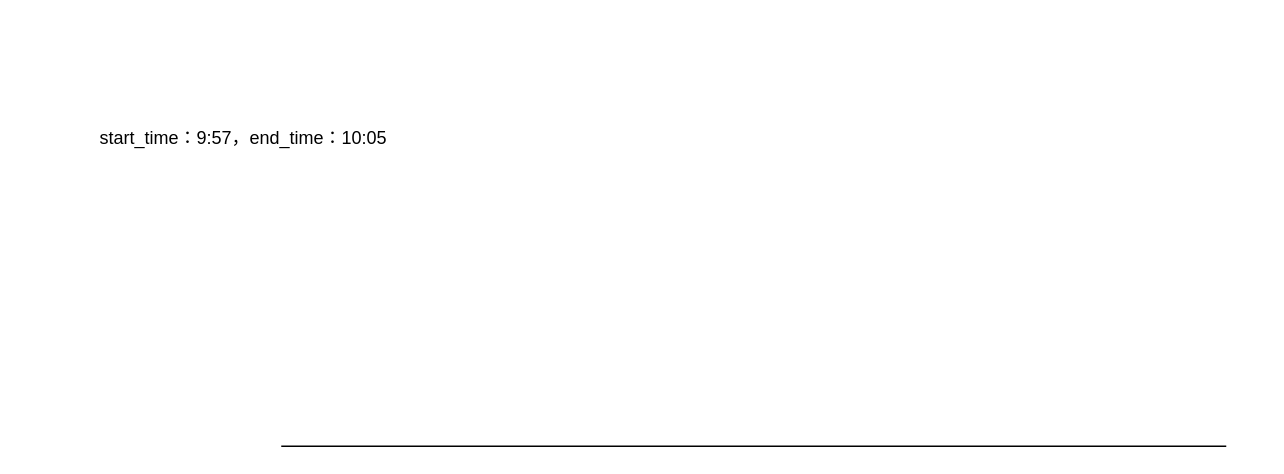
KeatonLi/pictures keeps this draw.io diagram as draw.io/flink 迟到数据处理问题.drawio. Above is the earlier version. Source tidied: cells renumbered, new cells numbered last; positions are measured from the earlier drawing's top-left corner, leaving out a move shared by most shapes. Both pictures are drawn from the tidied source at 150%, with x=0, y=0 at pixel (26, 116).
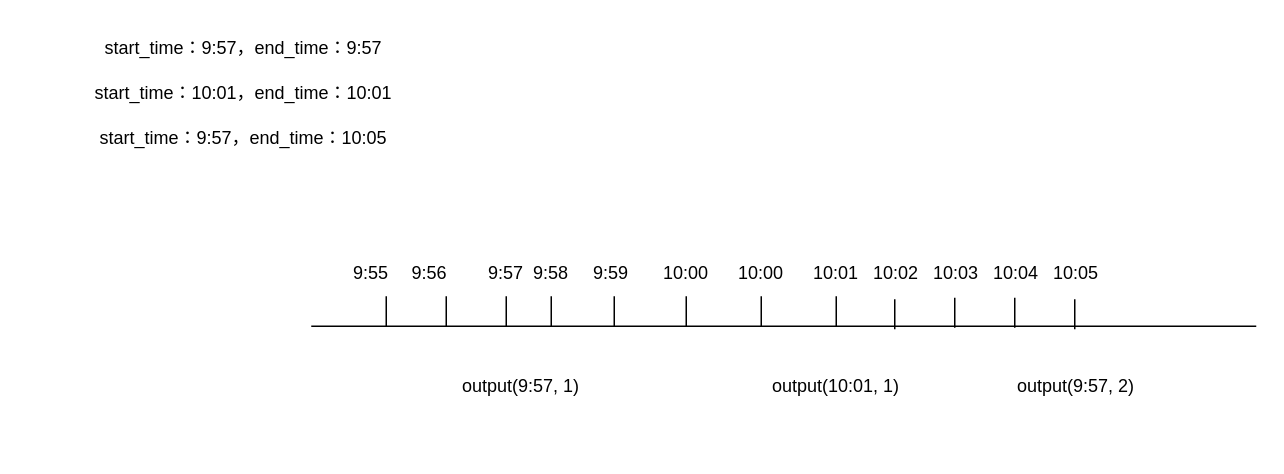
The same page after the edit.

Commit message (it also covers changes not shown here):
更新flink 迟到数据处理问题.drawio

Change to the diagram source:
```diff
@@
     <mxCell id="3" style="endArrow=none;html=1;rounded=0;" parent="1" edge="1">
       <mxGeometry relative="1" as="geometry">
-        <mxPoint x="170" y="220" as="sourcePoint" />
-        <mxPoint x="800" y="220" as="targetPoint" />
+        <mxPoint x="190" y="140" as="sourcePoint" />
+        <mxPoint x="820" y="140" as="targetPoint" />
       </mxGeometry>
     </mxCell>
+    <mxCell id="4" style="endArrow=none;html=1;rounded=0;" parent="1" edge="1">
+      <mxGeometry relative="1" as="geometry">
+        <mxPoint x="240" y="140" as="sourcePoint" />
+        <mxPoint x="240" y="120" as="targetPoint" />
+      </mxGeometry>
+    </mxCell>
+    <mxCell id="5" value="9:55" style="text;html=1;align=center;verticalAlign=middle;whiteSpace=wrap;rounded=0;" parent="1" vertex="1">
+      <mxGeometry x="200" y="90" width="60" height="30" as="geometry" />
+    </mxCell>
+    <mxCell id="6" style="endArrow=none;html=1;rounded=0;" parent="1" edge="1">
+      <mxGeometry relative="1" as="geometry">
+        <mxPoint x="280" y="140" as="sourcePoint" />
+        <mxPoint x="280" y="120" as="targetPoint" />
+      </mxGeometry>
+    </mxCell>
+    <mxCell id="7" style="endArrow=none;html=1;rounded=0;" parent="1" edge="1">
+      <mxGeometry relative="1" as="geometry">
+        <mxPoint x="320" y="140" as="sourcePoint" />
+        <mxPoint x="320" y="120" as="targetPoint" />
+      </mxGeometry>
+    </mxCell>
+    <mxCell id="8" style="endArrow=none;html=1;rounded=0;" parent="1" edge="1">
+      <mxGeometry relative="1" as="geometry">
+        <mxPoint x="350" y="140" as="sourcePoint" />
+        <mxPoint x="350" y="120" as="targetPoint" />
+      </mxGeometry>
+    </mxCell>
+    <mxCell id="9" style="endArrow=none;html=1;rounded=0;" parent="1" edge="1">
+      <mxGeometry relative="1" as="geometry">
+        <mxPoint x="392" y="140" as="sourcePoint" />
+        <mxPoint x="392" y="120" as="targetPoint" />
+      </mxGeometry>
+    </mxCell>
+    <mxCell id="10" style="endArrow=none;html=1;rounded=0;" parent="1" edge="1">
+      <mxGeometry relative="1" as="geometry">
+        <mxPoint x="440" y="140" as="sourcePoint" />
+        <mxPoint x="440" y="120" as="targetPoint" />
+      </mxGeometry>
+    </mxCell>
+    <mxCell id="11" style="endArrow=none;html=1;rounded=0;" parent="1" edge="1">
+      <mxGeometry relative="1" as="geometry">
+        <mxPoint x="490" y="140" as="sourcePoint" />
+        <mxPoint x="490" y="120" as="targetPoint" />
+      </mxGeometry>
+    </mxCell>
+    <mxCell id="12" style="endArrow=none;html=1;rounded=0;" parent="1" edge="1">
+      <mxGeometry relative="1" as="geometry">
+        <mxPoint x="540" y="140" as="sourcePoint" />
+        <mxPoint x="540" y="120" as="targetPoint" />
+      </mxGeometry>
+    </mxCell>
+    <mxCell id="13" value="9:56" style="text;html=1;align=center;verticalAlign=middle;whiteSpace=wrap;rounded=0;" parent="1" vertex="1">
+      <mxGeometry x="239" y="90" width="60" height="30" as="geometry" />
+    </mxCell>
+    <mxCell id="14" value="9:57" style="text;html=1;align=center;verticalAlign=middle;whiteSpace=wrap;rounded=0;" parent="1" vertex="1">
+      <mxGeometry x="290" y="90" width="60" height="30" as="geometry" />
+    </mxCell>
+    <mxCell id="15" value="9:58" style="text;html=1;align=center;verticalAlign=middle;whiteSpace=wrap;rounded=0;" parent="1" vertex="1">
+      <mxGeometry x="320" y="90" width="60" height="30" as="geometry" />
+    </mxCell>
+    <mxCell id="16" value="9:59" style="text;html=1;align=center;verticalAlign=middle;whiteSpace=wrap;rounded=0;" parent="1" vertex="1">
+      <mxGeometry x="360" y="90" width="60" height="30" as="geometry" />
+    </mxCell>
+    <mxCell id="17" value="10:00" style="text;html=1;align=center;verticalAlign=middle;whiteSpace=wrap;rounded=0;" parent="1" vertex="1">
+      <mxGeometry x="410" y="90" width="60" height="30" as="geometry" />
+    </mxCell>
+    <mxCell id="18" value="start_time：9:57，end_time：9:57" style="text;html=1;align=center;verticalAlign=middle;whiteSpace=wrap;rounded=0;" parent="1" vertex="1">
+      <mxGeometry y="-60" width="290" height="30" as="geometry" />
+    </mxCell>
+    <mxCell id="19" value="start_time：10:01，end_time：10:01" style="text;html=1;align=center;verticalAlign=middle;whiteSpace=wrap;rounded=0;" parent="1" vertex="1">
+      <mxGeometry y="-30" width="290" height="30" as="geometry" />
+    </mxCell>
+    <mxCell id="20" value="10:00" style="text;html=1;align=center;verticalAlign=middle;whiteSpace=wrap;rounded=0;" parent="1" vertex="1">
+      <mxGeometry x="460" y="90" width="60" height="30" as="geometry" />
+    </mxCell>
+    <mxCell id="21" value="10:01" style="text;html=1;align=center;verticalAlign=middle;whiteSpace=wrap;rounded=0;" parent="1" vertex="1">
+      <mxGeometry x="510" y="90" width="60" height="30" as="geometry" />
+    </mxCell>
+    <mxCell id="22" style="endArrow=none;html=1;rounded=0;" parent="1" edge="1">
+      <mxGeometry relative="1" as="geometry">
+        <mxPoint x="579" y="142" as="sourcePoint" />
+        <mxPoint x="579" y="122" as="targetPoint" />
+      </mxGeometry>
+    </mxCell>
+    <mxCell id="23" style="endArrow=none;html=1;rounded=0;" parent="1" edge="1">
+      <mxGeometry relative="1" as="geometry">
+        <mxPoint x="619" y="141" as="sourcePoint" />
+        <mxPoint x="619" y="121" as="targetPoint" />
+      </mxGeometry>
+    </mxCell>
+    <mxCell id="24" style="endArrow=none;html=1;rounded=0;" parent="1" edge="1">
+      <mxGeometry relative="1" as="geometry">
+        <mxPoint x="659" y="141" as="sourcePoint" />
+        <mxPoint x="659" y="121" as="targetPoint" />
+      </mxGeometry>
+    </mxCell>
+    <mxCell id="25" value="10:02" style="text;html=1;align=center;verticalAlign=middle;whiteSpace=wrap;rounded=0;" parent="1" vertex="1">
+      <mxGeometry x="550" y="90" width="60" height="30" as="geometry" />
+    </mxCell>
+    <mxCell id="26" value="10:03" style="text;html=1;align=center;verticalAlign=middle;whiteSpace=wrap;rounded=0;" parent="1" vertex="1">
+      <mxGeometry x="590" y="90" width="60" height="30" as="geometry" />
+    </mxCell>
+    <mxCell id="27" style="endArrow=none;html=1;rounded=0;" parent="1" edge="1">
+      <mxGeometry relative="1" as="geometry">
+        <mxPoint x="699" y="142" as="sourcePoint" />
+        <mxPoint x="699" y="122" as="targetPoint" />
+      </mxGeometry>
+    </mxCell>
+    <mxCell id="28" value="10:04" style="text;html=1;align=center;verticalAlign=middle;whiteSpace=wrap;rounded=0;" parent="1" vertex="1">
+      <mxGeometry x="630" y="90" width="60" height="30" as="geometry" />
+    </mxCell>
+    <mxCell id="29" value="10:05" style="text;html=1;align=center;verticalAlign=middle;whiteSpace=wrap;rounded=0;" parent="1" vertex="1">
+      <mxGeometry x="670" y="90" width="60" height="30" as="geometry" />
+    </mxCell>
+    <mxCell id="30" value="output(9:57, 1)" style="text;html=1;align=center;verticalAlign=middle;whiteSpace=wrap;rounded=0;" parent="1" vertex="1">
+      <mxGeometry x="280" y="160" width="100" height="40" as="geometry" />
+    </mxCell>
+    <mxCell id="31" value="output(10:01, 1)" style="text;html=1;align=center;verticalAlign=middle;whiteSpace=wrap;rounded=0;" parent="1" vertex="1">
+      <mxGeometry x="490" y="160" width="100" height="40" as="geometry" />
+    </mxCell>
+    <mxCell id="32" value="output(9:57, 2)" style="text;html=1;align=center;verticalAlign=middle;whiteSpace=wrap;rounded=0;" parent="1" vertex="1">
+      <mxGeometry x="650" y="160" width="100" height="40" as="geometry" />
+    </mxCell>
```
